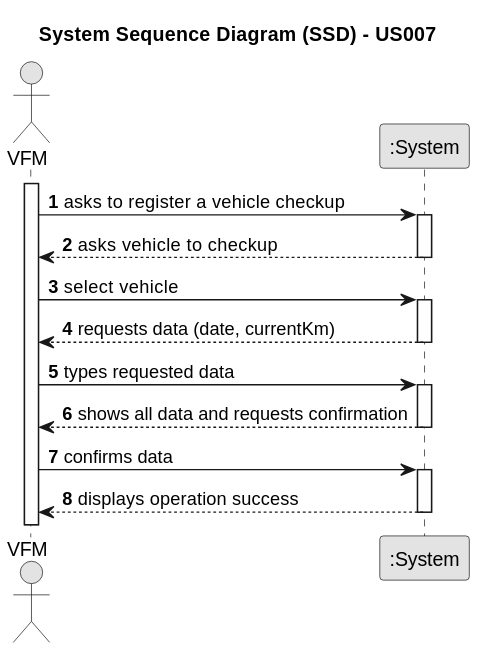
Before: docs/sprintB/us007/01.requirements-engineering/svg/us007-system-sequence-diagram-alternative-one.svg, a diagram exported from PlantUML (ricardomm7/leaflink). Source of this version:
```plantuml
@startuml
skinparam monochrome true
skinparam packageStyle rectangle
skinparam shadowing false

title System Sequence Diagram (SSD) - US007

autonumber

actor "VFM" as VFM
participant ":System" as System

activate VFM

    VFM -> System : asks to register a vehicle check-up
        activate System

    System --> VFM : asks vehicle to check-up
        deactivate System
    VFM -> System : select  vehicle
    activate System

    System --> VFM : requests data (date, currentKm)
    deactivate System

    VFM -> System : types requested data
    activate System

        System --> VFM : shows all data and requests confirmation
    deactivate System

    VFM -> System : confirms data
    activate System

        System --> VFM : displays operation success
    deactivate System
@enduml
```
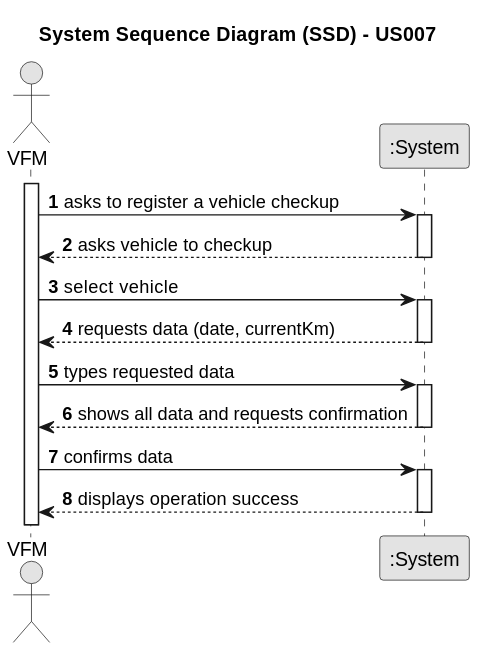
The same file after the commit.

What changed in the source:
```diff
@@ -12,10 +12,10 @@
 
 activate VFM
 
-    VFM -> System : asks to register a vehicle check-up
+    VFM -> System : asks to register a vehicle checkup
         activate System
 
-    System --> VFM : asks vehicle to check-up
+    System --> VFM : asks vehicle to checkup
         deactivate System
     VFM -> System : select  vehicle
     activate System
```
